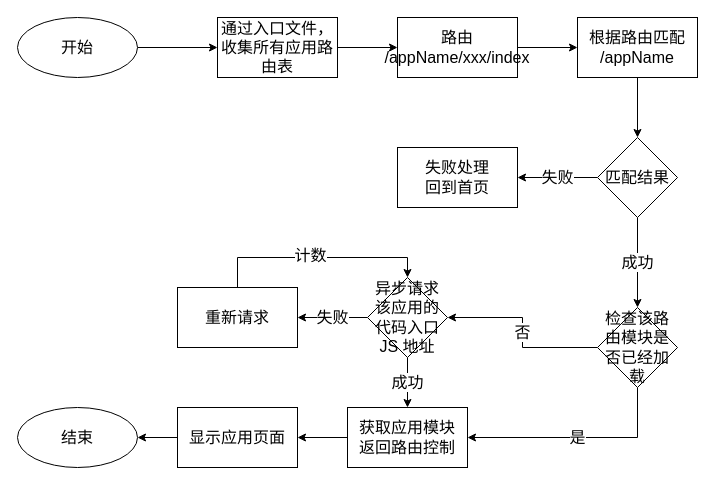
Earlier version of the draw.io diagram page "动态路由" (5 of 12) of 微前端/微服务设计图.drawio (zhuoooo/doodles). Source tidied: cells renumbered, new cells numbered last; positions are measured from the earlier drawing's top-left corner, leaving out a move shared by most shapes. Both pictures are drawn from the tidied source at 100%, with x=0, y=0 at pixel (17, 17).
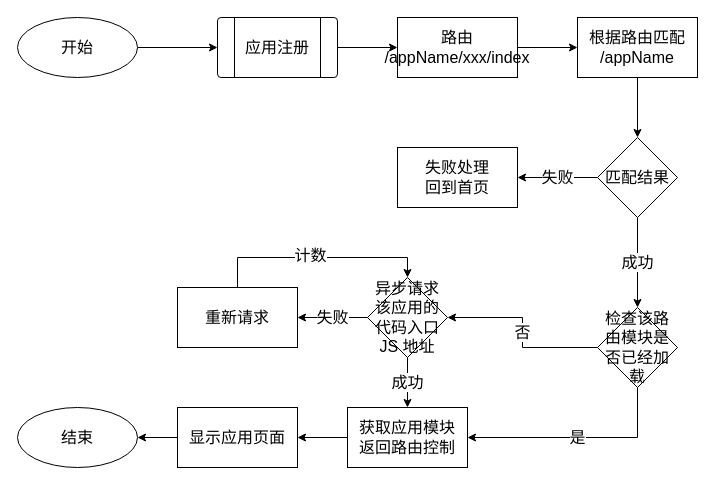
The same page after the edit.

Change to the diagram source:
```diff
@@
-    <mxCell id="5" value="通过入口文件，收集所有应用路由表" style="whiteSpace=wrap;html=1;fontSize=16;" parent="1" vertex="1">
+    <mxCell id="5" value="应用注册" style="verticalLabelPosition=middle;verticalAlign=middle;html=1;shape=process;whiteSpace=wrap;rounded=1;size=0.14;arcSize=6;fontFamily=Helvetica;fontSize=16;fontColor=default;align=center;strokeColor=default;fillColor=default;labelPosition=center;" parent="1" vertex="1">
       <mxGeometry x="200" width="120" height="60" as="geometry" />
     </mxCell>
```
